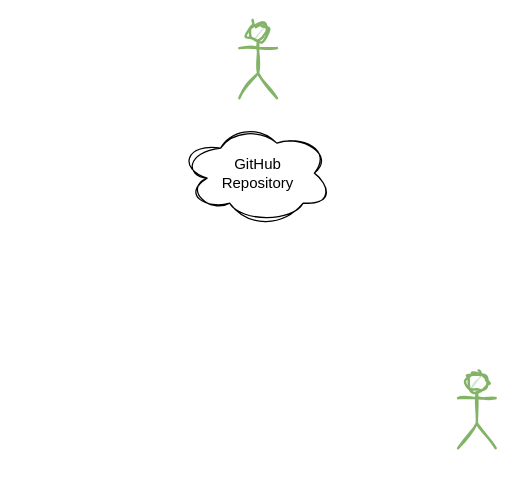
larnsce/concept-maps keeps this draw.io diagram as en/git-clone-push.drawio. Above is the earlier version. Source tidied: cells renumbered, new cells numbered last; positions are measured from the earlier drawing's top-left corner, leaving out a move shared by most shapes. Both pictures are drawn from the tidied source at 125%, with x=0, y=0 at pixel (182, 22).
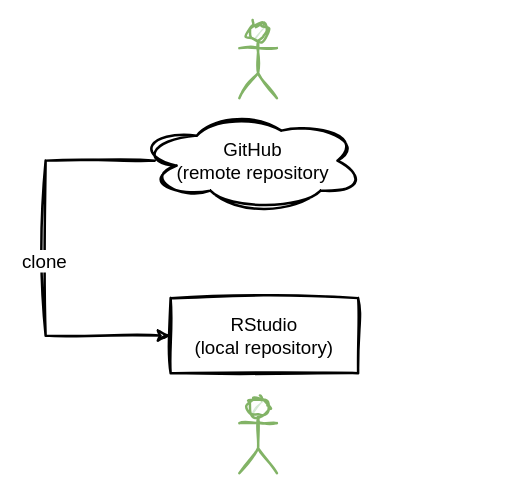
Above is the later version.

Diff of the diagram source:
```diff
@@
 <mxGraphModel>
   <root>
     <mxCell id="0" />
     <mxCell id="1" parent="0" />
+    <mxCell id="5" style="edgeStyle=orthogonalEdgeStyle;rounded=0;jettySize=auto;html=1;entryX=0;entryY=0.5;entryDx=0;entryDy=0;exitX=0.063;exitY=0.5;exitDx=0;exitDy=0;exitPerimeter=0;sketch=1;curveFitting=1;jiggle=2;strokeWidth=2;" parent="1" edge="1" source="2" target="7">
+      <mxGeometry relative="1" as="geometry">
+        <Array as="points">
+          <mxPoint x="-110" y="110" />
+          <mxPoint x="-110" y="250" />
+        </Array>
+      </mxGeometry>
+    </mxCell>
+    <mxCell id="6" value="clone" style="edgeLabel;html=1;align=center;verticalAlign=middle;fontSize=15;" parent="5" vertex="1">
+      <mxGeometry x="0.02" y="-2" relative="1" as="geometry" />
+    </mxCell>
-    <mxCell id="2" value="&lt;div&gt;GitHub&lt;/div&gt;&lt;div&gt;Repository&lt;br&gt;&lt;/div&gt;" style="ellipse;shape=cloud;whiteSpace=wrap;html=1;sketch=1;curveFitting=1;jiggle=2;" parent="1" vertex="1">
-      <mxGeometry y="80" width="120" height="80" as="geometry" />
+    <mxCell id="2" value="&lt;div style=&quot;font-size: 15px;&quot;&gt;GitHub&lt;/div&gt;&lt;div style=&quot;font-size: 15px;&quot;&gt;(remote repository&lt;br style=&quot;font-size: 15px;&quot;&gt;&lt;/div&gt;" style="ellipse;shape=cloud;whiteSpace=wrap;html=1;sketch=1;curveFitting=1;jiggle=2;strokeWidth=2;fontSize=15;" parent="1" vertex="1">
+      <mxGeometry x="-34" y="70" width="180" height="80" as="geometry" />
     </mxCell>
     <mxCell id="3" style="shape=umlActor;verticalLabelPosition=bottom;verticalAlign=top;html=1;strokeWidth=2;sketch=1;curveFitting=1;jiggle=2;fillColor=#d5e8d4;strokeColor=#82b366;" parent="1" vertex="1">
-      <mxGeometry x="220" y="280" width="30" height="60" as="geometry" />
+      <mxGeometry x="45" y="300" width="30" height="60" as="geometry" />
     </mxCell>
     <mxCell id="4" style="shape=umlActor;verticalLabelPosition=bottom;verticalAlign=top;html=1;strokeWidth=2;sketch=1;curveFitting=1;jiggle=2;fillColor=#d5e8d4;strokeColor=#82b366;" parent="1" vertex="1">
       <mxGeometry x="45" width="30" height="60" as="geometry" />
     </mxCell>
+    <mxCell id="7" value="&lt;div style=&quot;font-size: 15px;&quot;&gt;RStudio&lt;/div&gt;&lt;div style=&quot;font-size: 15px;&quot;&gt;(local repository)&lt;br style=&quot;font-size: 15px;&quot;&gt;&lt;/div&gt;" style="rounded=0;whiteSpace=wrap;html=1;sketch=1;curveFitting=1;jiggle=2;strokeWidth=2;fontSize=15;" parent="1" vertex="1">
+      <mxGeometry x="-10" y="220" width="150" height="60" as="geometry" />
+    </mxCell>
   </root>
 </mxGraphModel>
```
